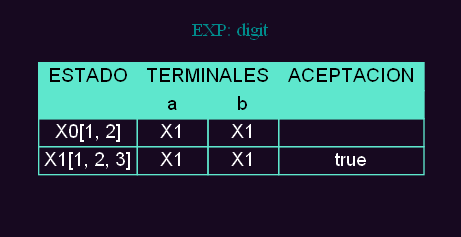
The Graphviz diagram ExRegan1/REPORTES/TRANSICIONES_202100953/Tabla_transiciones_digit.png in Damaris-Muralles/OLC_ExRegan, before a commit. Its source is kept beside it as ExRegan1/REPORTES/TRANSICIONES_202100953/Tabla_transiciones_digit.dot.
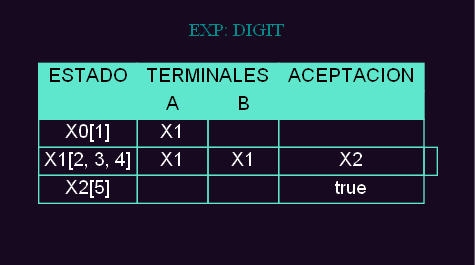
Above is the later version.

Diff of the diagram source:
```diff
@@ -7,7 +7,7 @@
 
     subgraph cluster01{
         color="#170920"
-        label="EXP: digit"
+        label="EXP: DIGIT"
         n0 [label = <
                 <table border="0" cellspacing="0" cellborder="1" color="#5ee7cd">
                     <tr>
@@ -17,19 +17,25 @@
                     </tr>
                     <tr>
                     <td  align="center" bgcolor="#5ee7cd"><font color="black">  </font></td>
-                    <td  align="center" bgcolor="#5ee7cd"><font color="black">a</font></td>
-                    <td  align="center" bgcolor="#5ee7cd"><font color="black">b</font></td>
+                    <td  align="center" bgcolor="#5ee7cd"><font color="black">A</font></td>
+                    <td  align="center" bgcolor="#5ee7cd"><font color="black">B</font></td>
                     <td  align="center" bgcolor="#5ee7cd"><font color="black">  </font></td>
                     </tr>
 <tr>
-                    <td><font color="white" align="center">X0[1, 2]</font></td>
+                    <td><font color="white" align="center">X0[1]</font></td>
+                    <td align="center"><font color="white">X1</font></td>
+                    <td align="center"><font color="white"> </font></td>
+                    <td ><font color="white" align="center"> </font></td>
+                    </tr><tr>
+                    <td><font color="white" align="center">X1[2, 3, 4]</font></td>
                     <td align="center"><font color="white">X1</font></td>
                     <td align="center"><font color="white">X1</font></td>
+                    <td align="center"><font color="white">X2</font></td>
                     <td ><font color="white" align="center"> </font></td>
                     </tr><tr>
-                    <td><font color="white" align="center">X1[1, 2, 3]</font></td>
-                    <td align="center"><font color="white">X1</font></td>
-                    <td align="center"><font color="white">X1</font></td>
+                    <td><font color="white" align="center">X2[5]</font></td>
+                    <td align="center"><font color="white"> </font></td>
+                    <td align="center"><font color="white"> </font></td>
                     <td ><font color="white" align="center">true</font></td>
                     </tr>                </table>
         > ] ;
```
